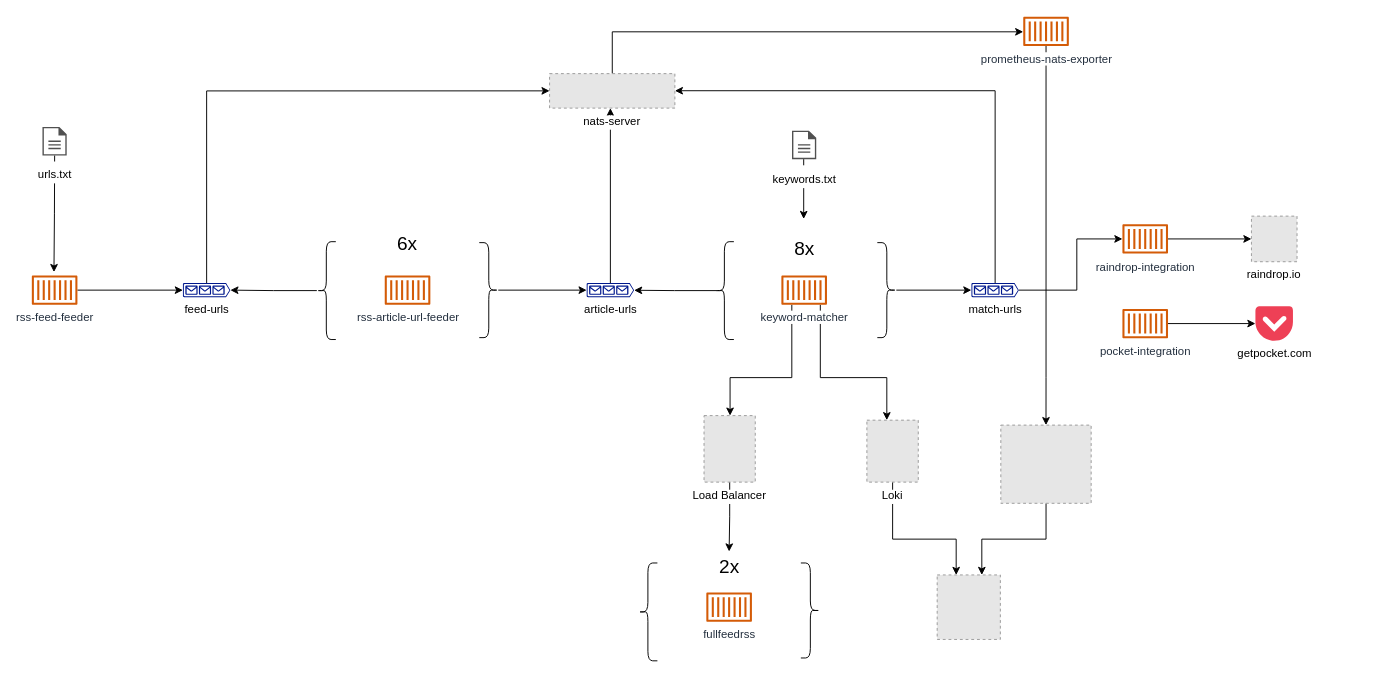
Above: architecture.drawio in heussd/nats-news-analysis (draw.io), before the change. Source tidied: cells renumbered, new cells numbered last; positions are measured from the earlier drawing's top-left corner, leaving out a move shared by most shapes. Both pictures are drawn from the tidied source at 95%, with x=0, y=0 at pixel (31, 16). Pictures stored in the file or linked from it are replaced by grey dashed boxes.
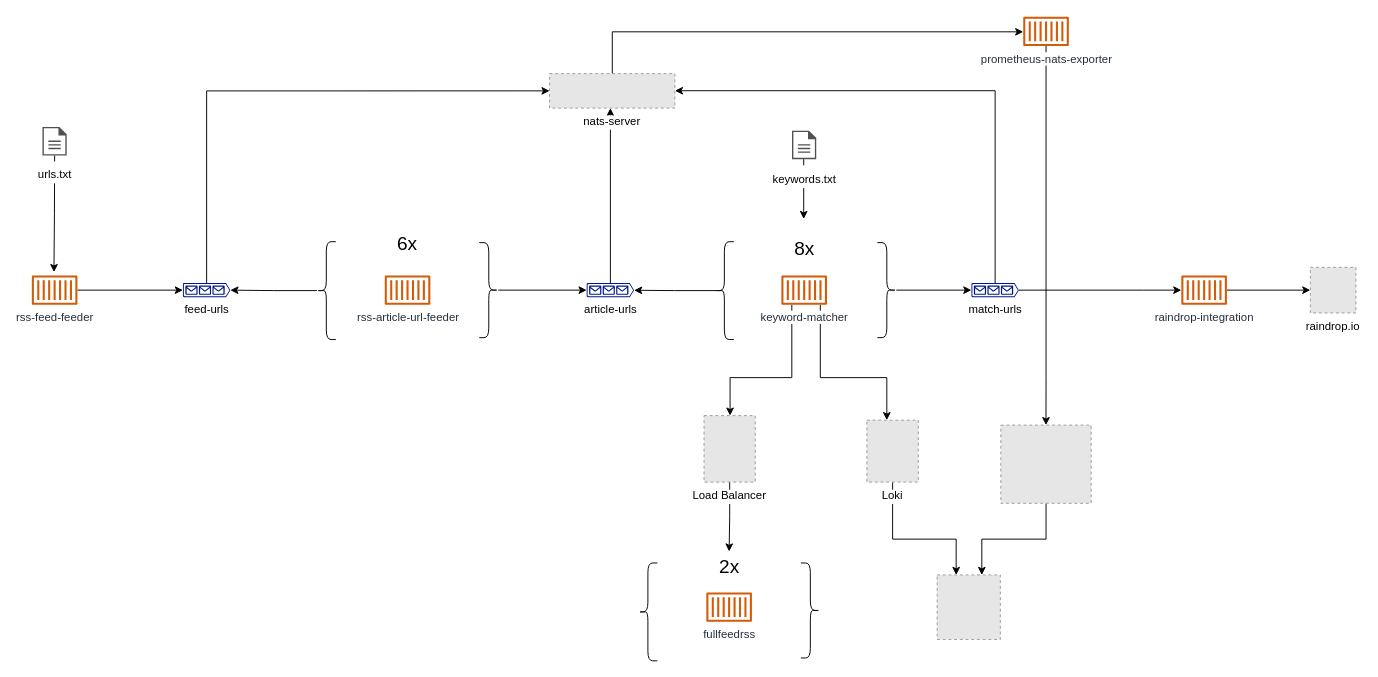
After the change.

The change refers to these unchanged cells:
```xml
<mxCell id="15" value="match-urls" style="sketch=0;shadow=0;dashed=0;html=1;strokeColor=none;labelPosition=center;verticalLabelPosition=bottom;verticalAlign=top;align=center;fillColor=#00188D;shape=mxgraph.azure.queue_generic;" parent="1" vertex="1">
  <mxGeometry x="989" y="280.4" width="50" height="15" as="geometry" />
</mxCell>
```

The edit, as a diff of the source:
```diff
@@
     <mxCell id="14" style="edgeStyle=orthogonalEdgeStyle;rounded=0;jettySize=auto;html=1;" parent="1" edge="1" source="15" target="49">
       <mxGeometry relative="1" as="geometry">
         <Array as="points">
-          <mxPoint x="1100" y="288" />
-          <mxPoint x="1100" y="234" />
+          <mxPoint x="1170" y="288" />
+          <mxPoint x="1170" y="288" />
         </Array>
       </mxGeometry>
     </mxCell>
@@
-    <mxCell id="16" style="edgeStyle=orthogonalEdgeStyle;rounded=0;jettySize=auto;html=1;" parent="1" edge="1" source="17" target="18">
-      <mxGeometry relative="1" as="geometry" />
-    </mxCell>
-    <mxCell id="17" value="pocket-integration" style="sketch=0;outlineConnect=0;fontColor=#232F3E;gradientColor=none;fillColor=#D45B07;strokeColor=none;dashed=0;verticalLabelPosition=bottom;verticalAlign=top;align=center;html=1;fontSize=12;fontStyle=0;shape=mxgraph.aws4.container_1;" parent="1" vertex="1">
-      <mxGeometry x="1148" y="307.6" width="48" height="31" as="geometry" />
-    </mxCell>
-    <mxCell id="18" value="getpocket.com" style="dashed=0;outlineConnect=0;html=1;align=center;labelPosition=center;verticalLabelPosition=bottom;verticalAlign=top;shape=mxgraph.weblogos.pocket;fillColor=#EE4056;strokeColor=none;" parent="1" vertex="1">
-      <mxGeometry x="1288" y="304.9" width="39.5" height="36.4" as="geometry" />
-    </mxCell>
@@
     <mxCell id="47" value="raindrop.io" style="fillColor=#E6E6E6;strokeColor=#999999;dashed=1;verticalLabelPosition=bottom;labelBackgroundColor=default;verticalAlign=top;" parent="1" vertex="1">
-      <mxGeometry x="1283.8" y="210" width="48" height="48" as="geometry" />
+      <mxGeometry x="1345.8" y="263.9" width="48" height="48" as="geometry" />
     </mxCell>
@@
     <mxCell id="49" value="&lt;div&gt;raindrop-integration&lt;/div&gt;" style="sketch=0;outlineConnect=0;fontColor=#232F3E;gradientColor=none;fillColor=#D45B07;strokeColor=none;dashed=0;verticalLabelPosition=bottom;verticalAlign=top;align=center;html=1;fontSize=12;fontStyle=0;shape=mxgraph.aws4.container_1;" parent="1" vertex="1">
-      <mxGeometry x="1148" y="218.5" width="48" height="31" as="geometry" />
+      <mxGeometry x="1210" y="272.4" width="48" height="31" as="geometry" />
     </mxCell>
```
